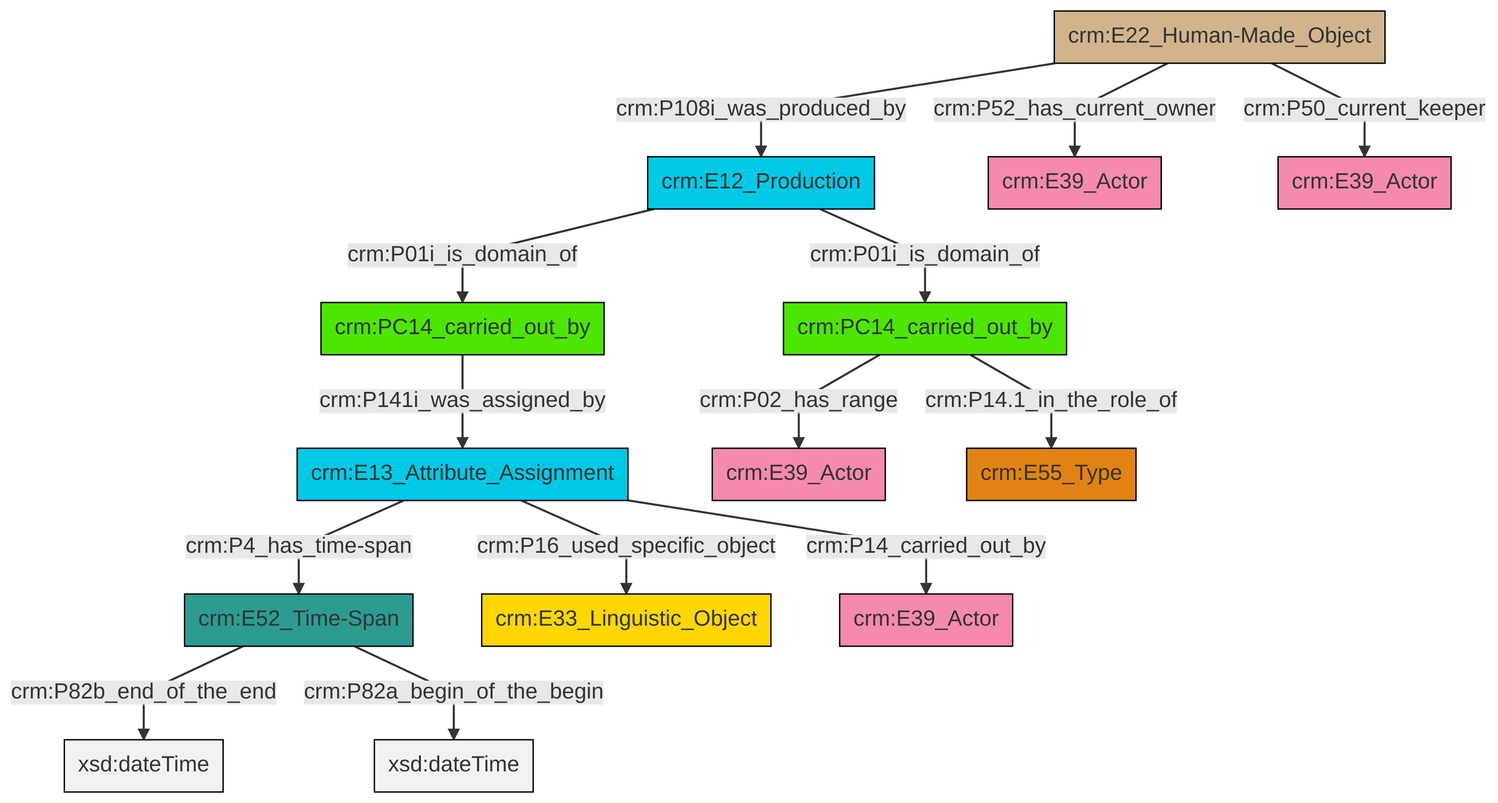
The Mermaid diagram et/carrierCSV/ttl/mmd/png/carrier_relations.png in swiss-art-research-net/docs.swissartresearch, before a commit. Its source is kept beside it as et/carrierCSV/ttl/mmd/carrier_relations.ttl.mmd.
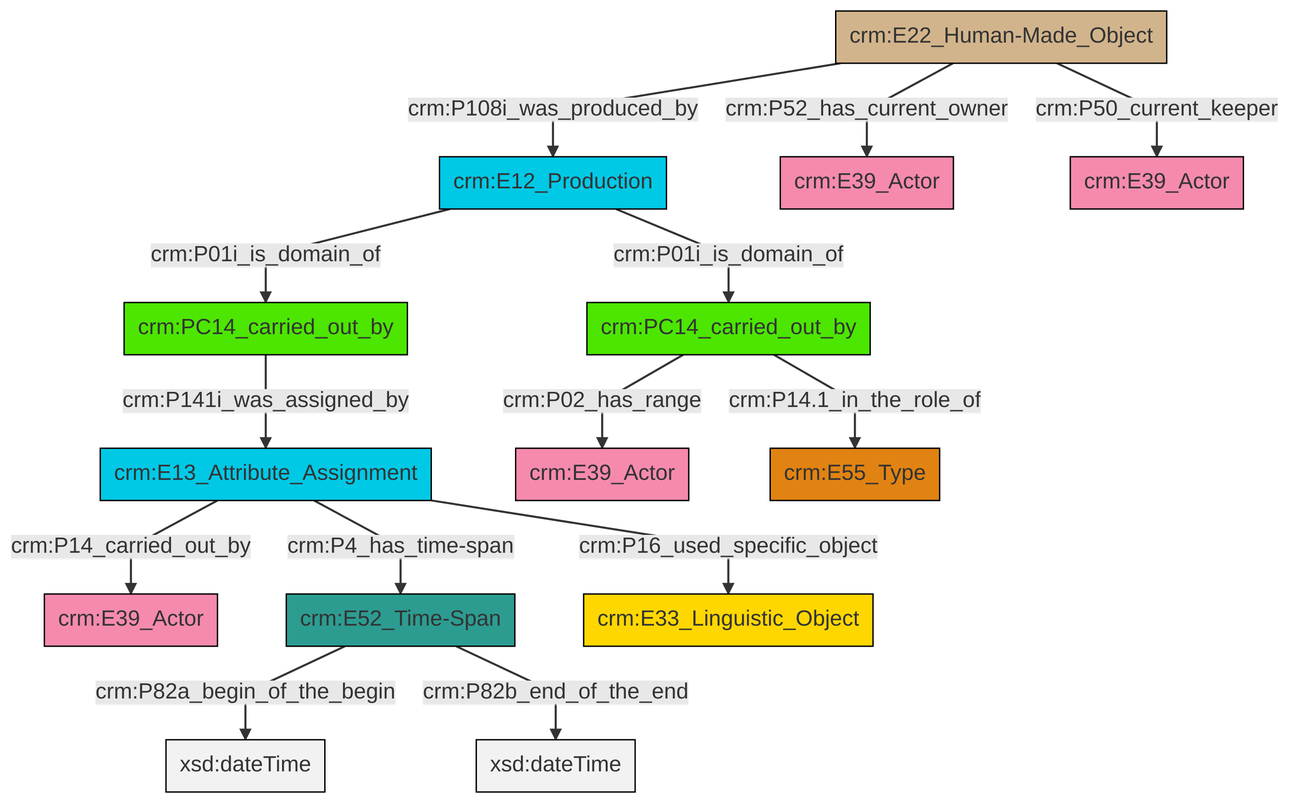
The same file after the commit.

Change to the diagram source:
```diff
@@ -13,16 +13,16 @@
 classDef PC_Classes fill:#4ce600, stroke:#000000;
 classDef Multi fill:#cccccc,stroke:#000000;
 
-0["crm:E12_Production"]:::Temporal_Entity -->|crm:P01i_is_domain_of| 1["crm:PC14_carried_out_by"]:::PC_Classes
-7["crm:E22_Human-Made_Object"]:::Physical_Thing -->|crm:P108i_was_produced_by| 0["crm:E12_Production"]:::Temporal_Entity
-0["crm:E12_Production"]:::Temporal_Entity -->|crm:P01i_is_domain_of| 8["crm:PC14_carried_out_by"]:::PC_Classes
-2["crm:E13_Attribute_Assignment"]:::Temporal_Entity -->|crm:P4_has_time-span| 9["crm:E52_Time-Span"]:::Time-Span
-7["crm:E22_Human-Made_Object"]:::Physical_Thing -->|crm:P50_current_keeper| 12["crm:E39_Actor"]:::Actor
-1["crm:PC14_carried_out_by"]:::PC_Classes -->|crm:P141i_was_assigned_by| 2["crm:E13_Attribute_Assignment"]:::Temporal_Entity
-2["crm:E13_Attribute_Assignment"]:::Temporal_Entity -->|crm:P16_used_specific_object| 15["crm:E33_Linguistic_Object"]:::Conceptual_Object
-8["crm:PC14_carried_out_by"]:::PC_Classes -->|crm:P14.1_in_the_role_of| 16["crm:E55_Type"]:::Type
-9["crm:E52_Time-Span"]:::Time-Span -->|crm:P82b_end_of_the_end| 17[xsd:dateTime]:::Literal
-7["crm:E22_Human-Made_Object"]:::Physical_Thing -->|crm:P52_has_current_owner| 10["crm:E39_Actor"]:::Actor
-9["crm:E52_Time-Span"]:::Time-Span -->|crm:P82a_begin_of_the_begin| 19[xsd:dateTime]:::Literal
-8["crm:PC14_carried_out_by"]:::PC_Classes -->|crm:P02_has_range| 4["crm:E39_Actor"]:::Actor
-2["crm:E13_Attribute_Assignment"]:::Temporal_Entity -->|crm:P14_carried_out_by| 21["crm:E39_Actor"]:::Actor
+2["crm:E12_Production"]:::Temporal_Entity -->|crm:P01i_is_domain_of| 3["crm:PC14_carried_out_by"]:::PC_Classes
+4["crm:E13_Attribute_Assignment"]:::Temporal_Entity -->|crm:P14_carried_out_by| 0["crm:E39_Actor"]:::Actor
+11["crm:E22_Human-Made_Object"]:::Physical_Thing -->|crm:P108i_was_produced_by| 2["crm:E12_Production"]:::Temporal_Entity
+11["crm:E22_Human-Made_Object"]:::Physical_Thing -->|crm:P52_has_current_owner| 12["crm:E39_Actor"]:::Actor
+3["crm:PC14_carried_out_by"]:::PC_Classes -->|crm:P02_has_range| 13["crm:E39_Actor"]:::Actor
+5["crm:E52_Time-Span"]:::Time-Span -->|crm:P82a_begin_of_the_begin| 19[xsd:dateTime]:::Literal
+9["crm:PC14_carried_out_by"]:::PC_Classes -->|crm:P141i_was_assigned_by| 4["crm:E13_Attribute_Assignment"]:::Temporal_Entity
+4["crm:E13_Attribute_Assignment"]:::Temporal_Entity -->|crm:P16_used_specific_object| 7["crm:E33_Linguistic_Object"]:::Conceptual_Object
+5["crm:E52_Time-Span"]:::Time-Span -->|crm:P82b_end_of_the_end| 24[xsd:dateTime]:::Literal
+11["crm:E22_Human-Made_Object"]:::Physical_Thing -->|crm:P50_current_keeper| 17["crm:E39_Actor"]:::Actor
+3["crm:PC14_carried_out_by"]:::PC_Classes -->|crm:P14.1_in_the_role_of| 20["crm:E55_Type"]:::Type
+2["crm:E12_Production"]:::Temporal_Entity -->|crm:P01i_is_domain_of| 9["crm:PC14_carried_out_by"]:::PC_Classes
+4["crm:E13_Attribute_Assignment"]:::Temporal_Entity -->|crm:P4_has_time-span| 5["crm:E52_Time-Span"]:::Time-Span
```
